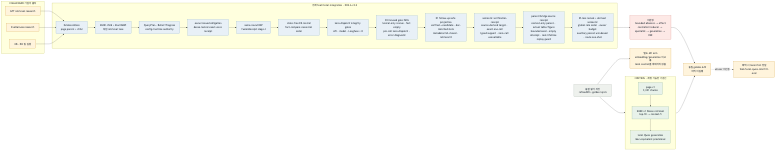
KongSeok/sprint-public-procurement-rag-assistant keeps this Mermaid diagram as fivecircles/architecture/specs/evidence-harness-progress-current-flow.png. Above is the earlier version. Its source is kept beside it as fivecircles/architecture/specs/evidence-harness-progress-current-flow.mmd.
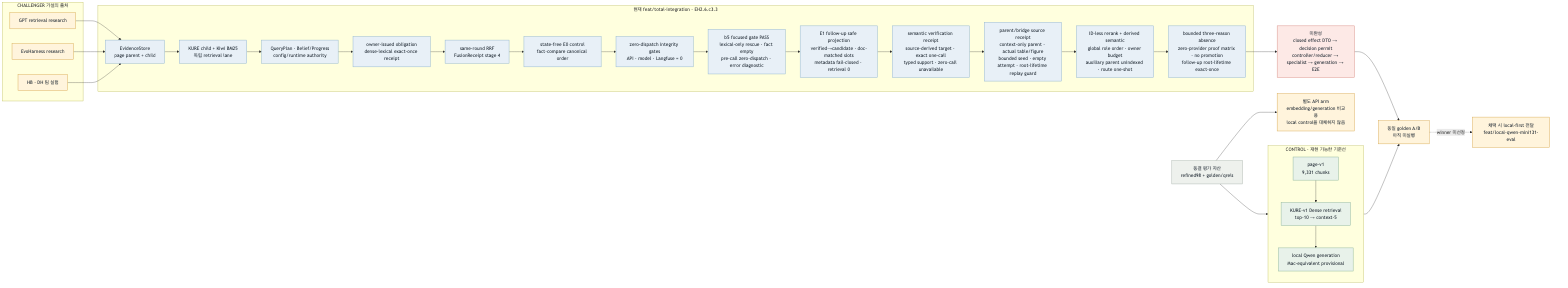
The same diagram one commit later.

Diff of the diagram source:
```diff
@@ -16,7 +16,7 @@
     R3["HB · DH 팀 실험"]
   end
 
-  subgraph BUILD["현재 feat/total-integration · EH2.6.c3.2"]
+  subgraph BUILD["현재 feat/total-integration · EH2.6.c3.3"]
     C1["EvidenceStore<br/>page parent + child"]
     C2["KURE child + Kiwi BM25<br/>독립 retrieval lane"]
     C3["QueryPlan · Belief/Progress<br/>config/runtime authority"]
@@ -29,10 +29,11 @@
     C10["semantic verification receipt<br/>source-derived target · exact one-call<br/>typed support · zero-call unavailable"]
     C11["parent/bridge source receipt<br/>context-only parent · actual table/figure<br/>bounded seed · empty attempt · root-lifetime replay guard"]
     C12["ID-less rerank + derived semantic<br/>global role order · owner budget<br/>auxiliary parent unindexed · route one-shot"]
-    C1 --> C2 --> C3 --> C4 --> C5 --> C6 --> C7 --> C8 --> C9 --> C10 --> C11 --> C12
+    C13["bounded three-reason absence<br/>zero-provider proof matrix · no promotion<br/>follow-up root-lifetime exact-once"]
+    C1 --> C2 --> C3 --> C4 --> C5 --> C6 --> C7 --> C8 --> C9 --> C10 --> C11 --> C12 --> C13
   end
 
-  GAP["미완성<br/>bounded absence → effect<br/>controller/reducer → specialist → generation → E2E"]
+  GAP["미완성<br/>closed effect DTO → decision permit<br/>controller/reducer → specialist → generation → E2E"]
   SELECT["동일 golden A/B<br/>아직 미실행"]
   LOCAL["채택 시 local-first 전달<br/>feat/local-qwen-mini131-eval"]
 
@@ -41,7 +42,7 @@
   R1 --> C1
   R2 --> C1
   R3 --> C1
-  C12 --> GAP --> SELECT
+  C13 --> GAP --> SELECT
   CONTROL --> SELECT
   SELECT -. "winner 미선정" .-> LOCAL
 
@@ -51,7 +52,7 @@
   classDef red fill:#fde9e6,stroke:#d98e84,color:#1f2933,stroke-width:1.5px
   classDef gray fill:#eef1ed,stroke:#aab5ad,color:#1f2933,stroke-width:1.5px
   class B1,B2,B3 green
-  class C1,C2,C3,C4,C5,C6,C7,C8,C9,C10,C11,C12 blue
+  class C1,C2,C3,C4,C5,C6,C7,C8,C9,C10,C11,C12,C13 blue
   class GOLD gray
   class R1,R2,R3,API amber
   class GAP red
```
